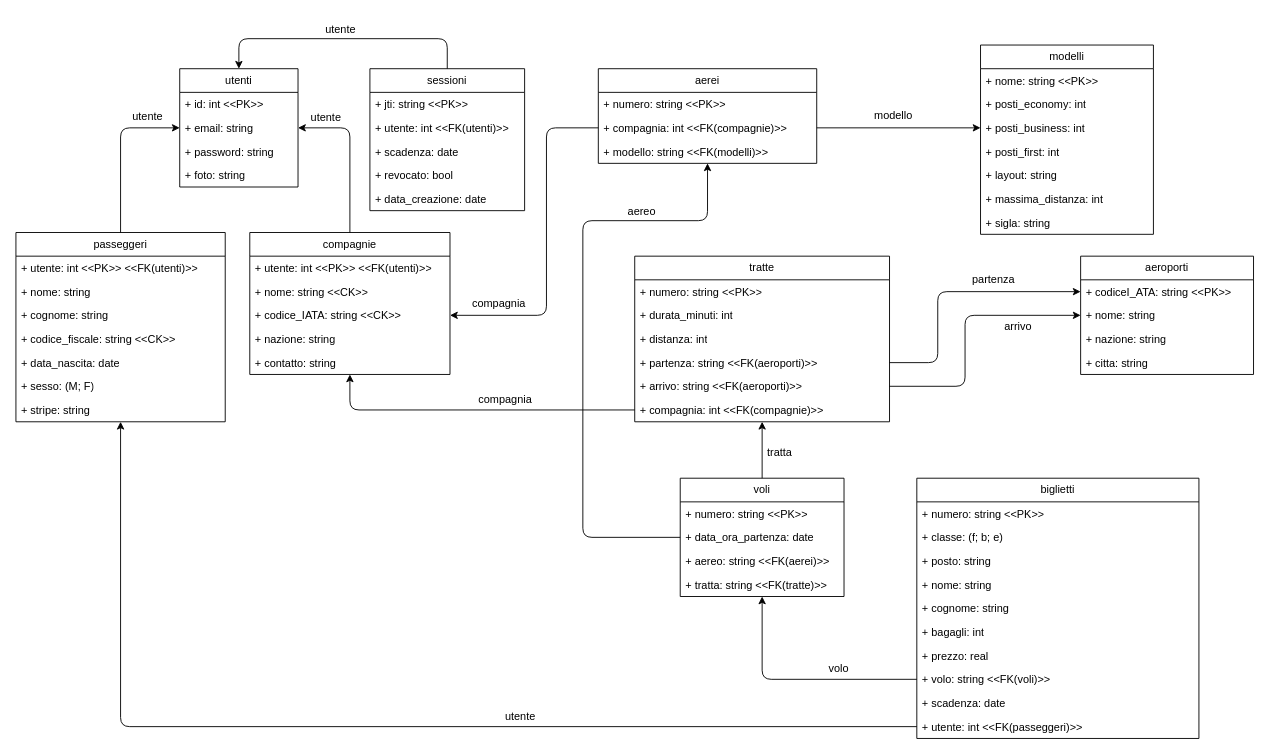
Earlier version of the draw.io diagram db/db (relazionale).drawio (sabscarpenter/SkyTravel-TS). Source tidied: cells renumbered, new cells numbered last; positions are measured from the earlier drawing's top-left corner, leaving out a move shared by most shapes. Both pictures are drawn from the tidied source at 91%, with x=0, y=0 at pixel (15, 15).
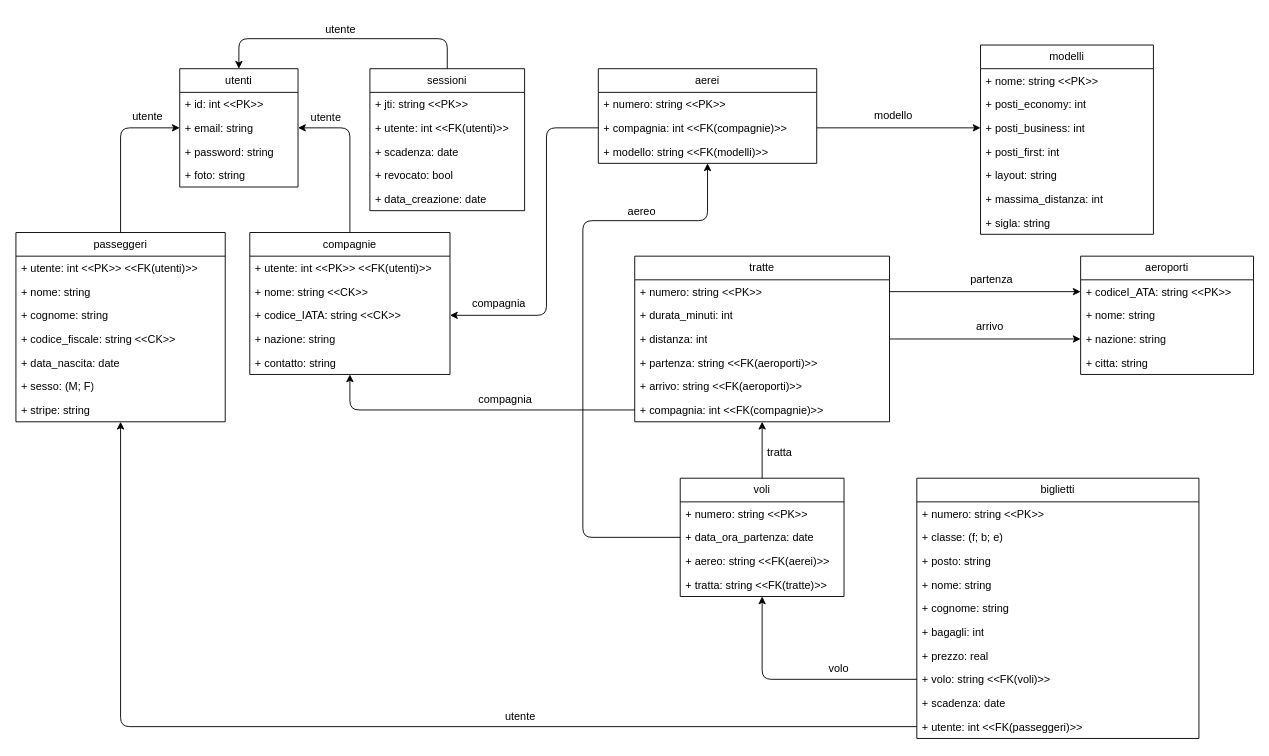
The same page after the edit.

The change refers to these unchanged cells:
```xml
<mxCell id="42" value="+ numero: string &amp;lt;&amp;lt;PK&amp;gt;&amp;gt;" style="text;strokeColor=none;fillColor=none;align=left;verticalAlign=top;spacingLeft=4;spacingRight=4;overflow=hidden;points=[[0,0.5],[1,0.5]];portConstraint=eastwest;whiteSpace=wrap;html=1;" parent="41" vertex="1">
  <mxGeometry y="26" width="280" height="26" as="geometry" />
</mxCell>
<mxCell id="44" value="+ distanza: int" style="text;strokeColor=none;fillColor=none;align=left;verticalAlign=top;spacingLeft=4;spacingRight=4;overflow=hidden;points=[[0,0.5],[1,0.5]];portConstraint=eastwest;whiteSpace=wrap;html=1;" parent="41" vertex="1">
  <mxGeometry y="78" width="280" height="26" as="geometry" />
</mxCell>
<mxCell id="45" value="+ partenza: string &amp;lt;&amp;lt;FK(aeroporti)&amp;gt;&amp;gt;" style="text;strokeColor=none;fillColor=none;align=left;verticalAlign=top;spacingLeft=4;spacingRight=4;overflow=hidden;points=[[0,0.5],[1,0.5]];portConstraint=eastwest;whiteSpace=wrap;html=1;" parent="41" vertex="1">
  <mxGeometry y="104" width="280" height="26" as="geometry" />
</mxCell>
<mxCell id="46" value="+ arrivo: string &amp;lt;&amp;lt;FK(aeroporti)&amp;gt;&amp;gt;" style="text;strokeColor=none;fillColor=none;align=left;verticalAlign=top;spacingLeft=4;spacingRight=4;overflow=hidden;points=[[0,0.5],[1,0.5]];portConstraint=eastwest;whiteSpace=wrap;html=1;" parent="41" vertex="1">
  <mxGeometry y="130" width="280" height="26" as="geometry" />
</mxCell>
<mxCell id="49" value="+ codiceI_ATA: string &amp;lt;&amp;lt;PK&amp;gt;&amp;gt;" style="text;strokeColor=none;fillColor=none;align=left;verticalAlign=top;spacingLeft=4;spacingRight=4;overflow=hidden;points=[[0,0.5],[1,0.5]];portConstraint=eastwest;whiteSpace=wrap;html=1;" parent="48" vertex="1">
  <mxGeometry y="26" width="190" height="26" as="geometry" />
</mxCell>
<mxCell id="50" value="+ nome: string" style="text;strokeColor=none;fillColor=none;align=left;verticalAlign=top;spacingLeft=4;spacingRight=4;overflow=hidden;points=[[0,0.5],[1,0.5]];portConstraint=eastwest;whiteSpace=wrap;html=1;" parent="48" vertex="1">
  <mxGeometry y="52" width="190" height="26" as="geometry" />
</mxCell>
<mxCell id="51" value="+ nazione: string" style="text;strokeColor=none;fillColor=none;align=left;verticalAlign=top;spacingLeft=4;spacingRight=4;overflow=hidden;points=[[0,0.5],[1,0.5]];portConstraint=eastwest;whiteSpace=wrap;html=1;" parent="48" vertex="1">
  <mxGeometry y="78" width="190" height="26" as="geometry" />
</mxCell>
```

Diff of the diagram source:
```diff
@@
     <mxCell id="67" value="&lt;div style=&quot;text-align: left;&quot;&gt;&lt;span style=&quot;background-color: transparent; color: light-dark(rgb(0, 0, 0), rgb(255, 255, 255));&quot;&gt;partenza&lt;/span&gt;&lt;/div&gt;" style="text;html=1;align=center;verticalAlign=middle;whiteSpace=wrap;rounded=0;rotation=0;" parent="1" vertex="1">
-      <mxGeometry x="1033" y="275" width="82.5" height="30" as="geometry" />
+      <mxGeometry x="1031" y="275" width="82.5" height="30" as="geometry" />
     </mxCell>
     <mxCell id="68" value="&lt;div style=&quot;text-align: left;&quot;&gt;&lt;span style=&quot;background-color: transparent; color: light-dark(rgb(0, 0, 0), rgb(255, 255, 255));&quot;&gt;arrivo&lt;/span&gt;&lt;/div&gt;" style="text;html=1;align=center;verticalAlign=middle;whiteSpace=wrap;rounded=0;rotation=0;" parent="1" vertex="1">
-      <mxGeometry x="1060" y="327" width="82.5" height="30" as="geometry" />
+      <mxGeometry x="1029" y="327" width="82.5" height="30" as="geometry" />
     </mxCell>
@@
-    <mxCell id="76" style="endArrow=classic;html=1;exitX=1;exitY=0.5;exitDx=0;exitDy=0;entryX=0;entryY=0.5;entryDx=0;entryDy=0;" parent="1" edge="1" source="45" target="49">
-      <mxGeometry relative="1" as="geometry">
-        <Array as="points">
-          <mxPoint x="1013" y="381" />
-          <mxPoint x="1013" y="303" />
-        </Array>
-      </mxGeometry>
+    <mxCell id="76" style="endArrow=classic;html=1;entryX=0;entryY=0.5;entryDx=0;entryDy=0;exitX=1;exitY=0.5;exitDx=0;exitDy=0;" parent="1" edge="1" source="42" target="49">
+      <mxGeometry relative="1" as="geometry" />
     </mxCell>
-    <mxCell id="77" style="endArrow=classic;html=1;exitX=1;exitY=0.5;exitDx=0;exitDy=0;entryX=0;entryY=0.5;entryDx=0;entryDy=0;" parent="1" edge="1" source="46" target="50">
-      <mxGeometry relative="1" as="geometry">
-        <Array as="points">
-          <mxPoint x="1043" y="407" />
-          <mxPoint x="1043" y="329" />
-        </Array>
-      </mxGeometry>
+    <mxCell id="77" style="endArrow=classic;html=1;exitX=1;exitY=0.5;exitDx=0;exitDy=0;entryX=0;entryY=0.5;entryDx=0;entryDy=0;" parent="1" edge="1" source="44" target="51">
+      <mxGeometry relative="1" as="geometry" />
     </mxCell>
```
